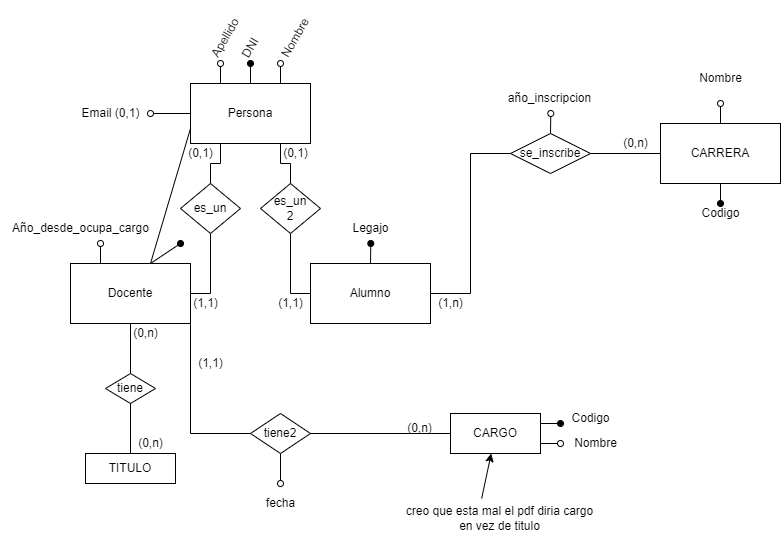
The draw.io diagram PRACTICA 2/Parte2/Ejercicio5/Ejercicio5-logico.png in agusrnfr/DBD, before a commit. Source tidied: cells renumbered, new cells last; positions are measured from the earlier drawing's top-left corner, leaving out a move shared by most shapes.
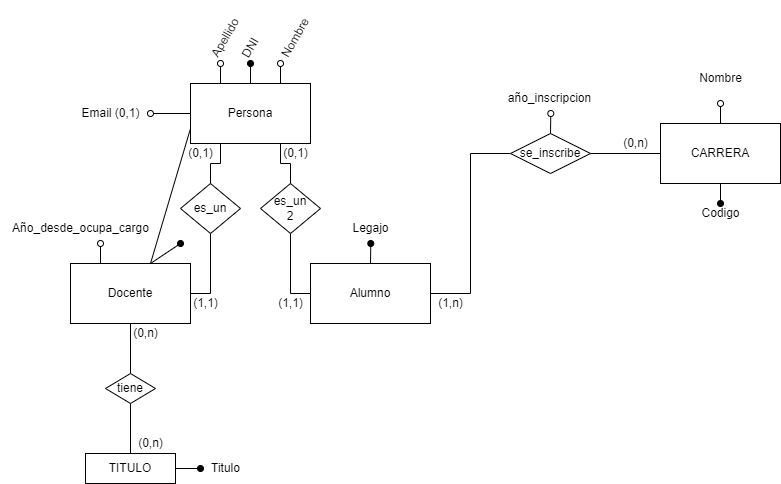
Later version of the same file.

Diff of the diagram source:
```diff
@@ -51,9 +51,6 @@
     <mxCell id="14" style="edgeStyle=orthogonalEdgeStyle;rounded=0;jettySize=auto;html=1;exitX=0.5;exitY=1;exitDx=0;exitDy=0;entryX=0.5;entryY=0;entryDx=0;entryDy=0;endArrow=none;endFill=0;" parent="1" edge="1" source="16" target="31">
       <mxGeometry relative="1" as="geometry" />
     </mxCell>
-    <mxCell id="15" style="edgeStyle=orthogonalEdgeStyle;rounded=0;jettySize=auto;html=1;exitX=1;exitY=1;exitDx=0;exitDy=0;entryX=0;entryY=0.5;entryDx=0;entryDy=0;endArrow=none;endFill=0;" parent="1" edge="1" source="16" target="35">
-      <mxGeometry relative="1" as="geometry" />
-    </mxCell>
     <mxCell id="16" value="Docente" style="whiteSpace=wrap;html=1;" parent="1" vertex="1">
       <mxGeometry x="70" y="240" width="120" height="60" as="geometry" />
     </mxCell>
@@ -95,6 +92,11 @@
     <mxCell id="28" value="Año_desde_ocupa_cargo" style="text;html=1;align=center;verticalAlign=middle;strokeColor=none;fillColor=none;" parent="1" vertex="1">
       <mxGeometry y="190" width="160" height="30" as="geometry" />
     </mxCell>
+    <mxCell id="60" style="edgeStyle=orthogonalEdgeStyle;rounded=0;jettySize=auto;html=1;endArrow=oval;endFill=1;" parent="1" edge="1" source="29">
+      <mxGeometry relative="1" as="geometry">
+        <mxPoint x="200" y="445" as="targetPoint" />
+      </mxGeometry>
+    </mxCell>
     <mxCell id="29" value="TITULO" style="whiteSpace=wrap;html=1;" parent="1" vertex="1">
       <mxGeometry x="85" y="430" width="90" height="30" as="geometry" />
     </mxCell>
@@ -110,42 +112,6 @@
     <mxCell id="33" value="(0,n)" style="text;html=1;align=center;verticalAlign=middle;strokeColor=none;fillColor=none;" parent="1" vertex="1">
       <mxGeometry x="120" y="295" width="50" height="30" as="geometry" />
     </mxCell>
-    <mxCell id="34" style="edgeStyle=orthogonalEdgeStyle;rounded=0;jettySize=auto;html=1;exitX=0.5;exitY=1;exitDx=0;exitDy=0;endArrow=oval;endFill=0;" parent="1" edge="1" source="35">
-      <mxGeometry relative="1" as="geometry">
-        <mxPoint x="280" y="460" as="targetPoint" />
-      </mxGeometry>
-    </mxCell>
-    <mxCell id="35" value="tiene2" style="rhombus;whiteSpace=wrap;html=1;" parent="1" vertex="1">
-      <mxGeometry x="250" y="390" width="60" height="40" as="geometry" />
-    </mxCell>
-    <mxCell id="36" style="edgeStyle=orthogonalEdgeStyle;rounded=0;jettySize=auto;html=1;exitX=0;exitY=0.5;exitDx=0;exitDy=0;entryX=1;entryY=0.5;entryDx=0;entryDy=0;endArrow=none;endFill=0;" parent="1" edge="1" source="39" target="35">
-      <mxGeometry relative="1" as="geometry" />
-    </mxCell>
-    <mxCell id="37" style="edgeStyle=orthogonalEdgeStyle;rounded=0;jettySize=auto;html=1;exitX=1;exitY=0.25;exitDx=0;exitDy=0;endArrow=oval;endFill=1;" parent="1" edge="1" source="39">
-      <mxGeometry relative="1" as="geometry">
-        <mxPoint x="560" y="400.1" as="targetPoint" />
-      </mxGeometry>
-    </mxCell>
-    <mxCell id="38" style="edgeStyle=orthogonalEdgeStyle;rounded=0;jettySize=auto;html=1;exitX=1;exitY=0.75;exitDx=0;exitDy=0;endArrow=oval;endFill=0;" parent="1" edge="1" source="39">
-      <mxGeometry relative="1" as="geometry">
-        <mxPoint x="560" y="420.1" as="targetPoint" />
-      </mxGeometry>
-    </mxCell>
-    <mxCell id="39" value="CARGO" style="whiteSpace=wrap;html=1;" parent="1" vertex="1">
-      <mxGeometry x="450" y="390" width="90" height="40" as="geometry" />
-    </mxCell>
-    <mxCell id="40" value="creo que esta mal el pdf diria cargo&lt;br&gt;en vez de titulo" style="text;html=1;align=center;verticalAlign=middle;points=[];strokeColor=none;fillColor=none;" parent="1" vertex="1">
-      <mxGeometry x="394" y="475" width="210" height="40" as="geometry" />
-    </mxCell>
-    <mxCell id="41" value="fecha" style="text;html=1;align=center;verticalAlign=middle;strokeColor=none;fillColor=none;" parent="1" vertex="1">
-      <mxGeometry x="255" y="465" width="50" height="30" as="geometry" />
-    </mxCell>
-    <mxCell id="42" value="Codigo" style="text;html=1;align=center;verticalAlign=middle;strokeColor=none;fillColor=none;" parent="1" vertex="1">
-      <mxGeometry x="560" y="380" width="60" height="30" as="geometry" />
-    </mxCell>
-    <mxCell id="43" value="Nombre" style="text;html=1;align=center;verticalAlign=middle;strokeColor=none;fillColor=none;" parent="1" vertex="1">
-      <mxGeometry x="560" y="405" width="70" height="30" as="geometry" />
-    </mxCell>
     <mxCell id="44" style="endArrow=none;html=1;rounded=0;entryX=0;entryY=0.75;entryDx=0;entryDy=0;startArrow=oval;startFill=1;" parent="1" edge="1" target="8">
       <mxGeometry relative="1" as="geometry">
         <mxPoint x="180" y="220" as="sourcePoint" />
@@ -196,14 +162,8 @@
     <mxCell id="56" value="(0,n)" style="text;html=1;align=center;verticalAlign=middle;strokeColor=none;fillColor=none;" parent="1" vertex="1">
       <mxGeometry x="610" y="105" width="50" height="30" as="geometry" />
     </mxCell>
-    <mxCell id="57" style="endArrow=classic;html=1;rounded=0;exitX=0.415;exitY=0;exitDx=0;exitDy=0;exitPerimeter=0;" parent="1" edge="1" source="40" target="39">
-      <mxGeometry relative="1" as="geometry" />
-    </mxCell>
-    <mxCell id="58" value="(1,1)" style="text;html=1;align=center;verticalAlign=middle;strokeColor=none;fillColor=none;" parent="1" vertex="1">
-      <mxGeometry x="185" y="325" width="50" height="30" as="geometry" />
-    </mxCell>
-    <mxCell id="59" value="(0,n)" style="text;html=1;align=center;verticalAlign=middle;strokeColor=none;fillColor=none;" parent="1" vertex="1">
-      <mxGeometry x="394" y="390" width="50" height="30" as="geometry" />
-    </mxCell>
+    <mxCell id="61" value="Titulo" style="text;html=1;align=center;verticalAlign=middle;strokeColor=none;fillColor=none;" parent="1" vertex="1">
+      <mxGeometry x="200" y="430" width="50" height="30" as="geometry" />
+    </mxCell>
   </root>
 </mxGraphModel>
```
